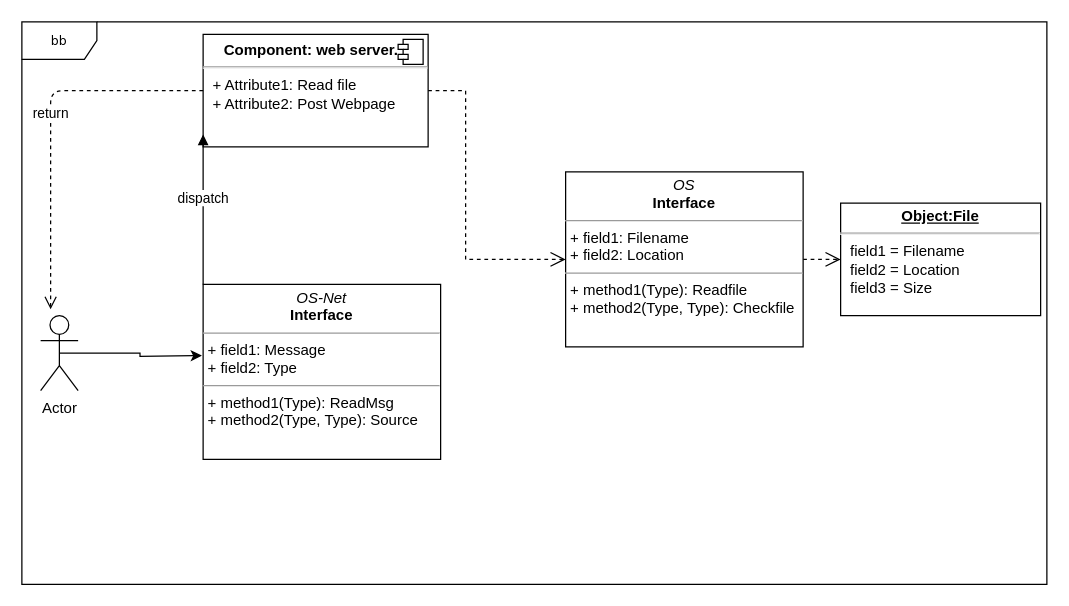
This is Untitled Diagram.drawio from djmitman/test, a draw.io file, before an edit. Source tidied: cells renumbered, new cells numbered last; positions are measured from the earlier drawing's top-left corner, leaving out a move shared by most shapes. Both pictures are drawn from the tidied source at 125%, with x=0, y=0 at pixel (21, 21).
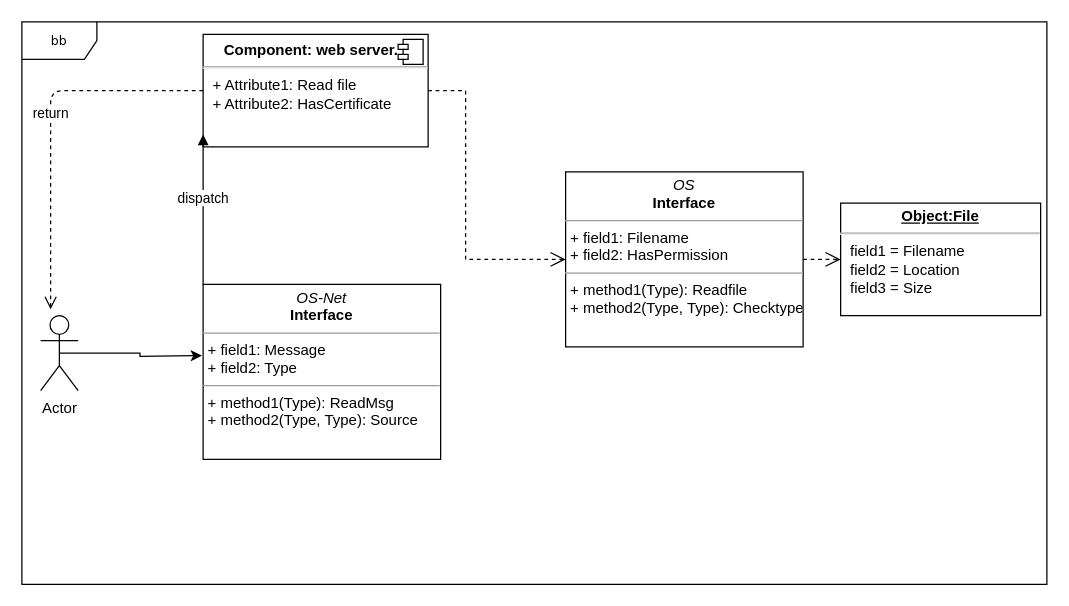
After the change.

The edit, as a diff of the source:
```diff
@@
 <mxGraphModel>
   <root>
     <mxCell id="0" />
     <mxCell id="1" parent="0" />
     <mxCell id="2" value="bb" style="shape=umlFrame;whiteSpace=wrap;html=1;rounded=0;shadow=0;comic=0;labelBackgroundColor=none;strokeWidth=1;fontFamily=Verdana;fontSize=10;align=center;" parent="1" vertex="1">
       <mxGeometry width="820" height="450" as="geometry" />
     </mxCell>
     <mxCell id="3" value="&lt;p style=&quot;margin: 0px ; margin-top: 4px ; text-align: center&quot;&gt;&lt;i&gt;OS-Net&lt;/i&gt;&lt;br&gt;&lt;b&gt;Interface&lt;/b&gt;&lt;/p&gt;&lt;hr size=&quot;1&quot;&gt;&lt;p style=&quot;margin: 0px ; margin-left: 4px&quot;&gt;+ field1: Message&lt;br&gt;+ field2: Type&lt;/p&gt;&lt;hr size=&quot;1&quot;&gt;&lt;p style=&quot;margin: 0px ; margin-left: 4px&quot;&gt;+ method1(Type): ReadMsg&lt;br&gt;+ method2(Type, Type): Source&lt;/p&gt;" style="verticalAlign=top;align=left;overflow=fill;fontSize=12;fontFamily=Helvetica;html=1;rounded=0;shadow=0;comic=0;labelBackgroundColor=none;strokeWidth=1;" parent="1" vertex="1">
       <mxGeometry x="145" y="210" width="190" height="140" as="geometry" />
     </mxCell>
     <mxCell id="4" style="edgeStyle=orthogonalEdgeStyle;rounded=0;html=1;dashed=1;labelBackgroundColor=none;startFill=0;endArrow=open;endFill=0;endSize=10;fontFamily=Verdana;fontSize=10;entryX=0;entryY=0.5;entryDx=0;entryDy=0;" parent="1" edge="1" source="5" target="9">
       <mxGeometry relative="1" as="geometry" />
     </mxCell>
-    <mxCell id="5" value="&lt;p style=&quot;margin: 0px ; margin-top: 4px ; text-align: center&quot;&gt;&lt;i&gt;OS&lt;/i&gt;&lt;br&gt;&lt;b&gt;Interface&lt;/b&gt;&lt;/p&gt;&lt;hr size=&quot;1&quot;&gt;&lt;p style=&quot;margin: 0px ; margin-left: 4px&quot;&gt;+ field1: Filename&lt;br&gt;+ field2: Location&lt;/p&gt;&lt;hr size=&quot;1&quot;&gt;&lt;p style=&quot;margin: 0px ; margin-left: 4px&quot;&gt;+ method1(Type): Readfile&lt;/p&gt;&lt;p style=&quot;margin: 0px ; margin-left: 4px&quot;&gt;+ method2(Type, Type): Checkfile&lt;/p&gt;" style="verticalAlign=top;align=left;overflow=fill;fontSize=12;fontFamily=Helvetica;html=1;rounded=0;shadow=0;comic=0;labelBackgroundColor=none;strokeWidth=1;" parent="1" vertex="1">
+    <mxCell id="5" value="&lt;p style=&quot;margin: 0px ; margin-top: 4px ; text-align: center&quot;&gt;&lt;i&gt;OS&lt;/i&gt;&lt;br&gt;&lt;b&gt;Interface&lt;/b&gt;&lt;/p&gt;&lt;hr size=&quot;1&quot;&gt;&lt;p style=&quot;margin: 0px ; margin-left: 4px&quot;&gt;+ field1: Filename&lt;br&gt;+ field2: HasPermission&lt;/p&gt;&lt;hr size=&quot;1&quot;&gt;&lt;p style=&quot;margin: 0px ; margin-left: 4px&quot;&gt;+ method1(Type): Readfile&lt;/p&gt;&lt;p style=&quot;margin: 0px ; margin-left: 4px&quot;&gt;+ method2(Type, Type): Checktype&lt;/p&gt;" style="verticalAlign=top;align=left;overflow=fill;fontSize=12;fontFamily=Helvetica;html=1;rounded=0;shadow=0;comic=0;labelBackgroundColor=none;strokeWidth=1;" parent="1" vertex="1">
       <mxGeometry x="435" y="120" width="190" height="140" as="geometry" />
     </mxCell>
     <mxCell id="6" style="edgeStyle=orthogonalEdgeStyle;rounded=0;html=1;dashed=1;labelBackgroundColor=none;startFill=0;endArrow=open;endFill=0;endSize=10;fontFamily=Verdana;fontSize=10;" parent="1" edge="1" source="7" target="5">
       <mxGeometry relative="1" as="geometry">
         <Array as="points">
           <mxPoint x="355" y="190" />
         </Array>
       </mxGeometry>
     </mxCell>
-    <mxCell id="7" value="&lt;p style=&quot;margin: 0px ; margin-top: 6px ; text-align: center&quot;&gt;&lt;b&gt;Component: web server.&amp;nbsp;&amp;nbsp;&lt;/b&gt;&lt;/p&gt;&lt;hr&gt;&lt;p style=&quot;margin: 0px ; margin-left: 8px&quot;&gt;+ Attribute1: Read file&lt;br&gt;+ Attribute2: Post Webpage&lt;/p&gt;" style="align=left;overflow=fill;html=1;" parent="1" vertex="1">
+    <mxCell id="7" value="&lt;p style=&quot;margin: 0px ; margin-top: 6px ; text-align: center&quot;&gt;&lt;b&gt;Component: web server.&amp;nbsp;&amp;nbsp;&lt;/b&gt;&lt;/p&gt;&lt;hr&gt;&lt;p style=&quot;margin: 0px ; margin-left: 8px&quot;&gt;+ Attribute1: Read file&lt;br&gt;+ Attribute2: HasCertificate&lt;/p&gt;" style="align=left;overflow=fill;html=1;" parent="1" vertex="1">
       <mxGeometry x="145" y="10" width="180" height="90" as="geometry" />
     </mxCell>
     <mxCell id="8" style="shape=component;jettyWidth=8;jettyHeight=4;" parent="7" vertex="1">
       <mxGeometry x="1" width="20" height="20" relative="1" as="geometry">
         <mxPoint x="-24" y="4" as="offset" />
       </mxGeometry>
     </mxCell>
     <mxCell id="9" value="&lt;p style=&quot;margin: 0px ; margin-top: 4px ; text-align: center ; text-decoration: underline&quot;&gt;&lt;b&gt;Object:File&lt;/b&gt;&lt;/p&gt;&lt;hr&gt;&lt;p style=&quot;margin: 0px ; margin-left: 8px&quot;&gt;field1 = Filename&lt;br&gt;field2 = Location&lt;br&gt;field3 = Size&lt;/p&gt;" style="verticalAlign=top;align=left;overflow=fill;fontSize=12;fontFamily=Helvetica;html=1;" parent="1" vertex="1">
       <mxGeometry x="655" y="145" width="160" height="90" as="geometry" />
     </mxCell>
     <mxCell id="10" value="dispatch" style="html=1;verticalAlign=bottom;endArrow=block;entryX=0;entryY=0.889;entryDx=0;entryDy=0;entryPerimeter=0;exitX=0;exitY=0;exitDx=0;exitDy=0;" parent="1" edge="1" source="3" target="7">
       <mxGeometry relative="1" as="geometry" />
     </mxCell>
     <mxCell id="11" style="edgeStyle=orthogonalEdgeStyle;rounded=0;jettySize=auto;html=1;exitX=0.5;exitY=0.5;exitDx=0;exitDy=0;exitPerimeter=0;" parent="1" edge="1" source="12">
       <mxGeometry relative="1" as="geometry">
         <mxPoint x="144" y="267" as="targetPoint" />
       </mxGeometry>
     </mxCell>
     <mxCell id="12" value="Actor" style="shape=umlActor;verticalLabelPosition=bottom;verticalAlign=top;html=1;" parent="1" vertex="1">
       <mxGeometry x="15" y="235" width="30" height="60" as="geometry" />
     </mxCell>
     <mxCell id="13" value="return" style="html=1;verticalAlign=bottom;endArrow=open;dashed=1;endSize=8;exitX=0;exitY=0.5;exitDx=0;exitDy=0;" parent="1" edge="1" source="7">
       <mxGeometry relative="1" as="geometry">
         <mxPoint x="23" y="230" as="targetPoint" />
         <Array as="points">
           <mxPoint x="23" y="55" />
         </Array>
       </mxGeometry>
     </mxCell>
   </root>
 </mxGraphModel>
```
